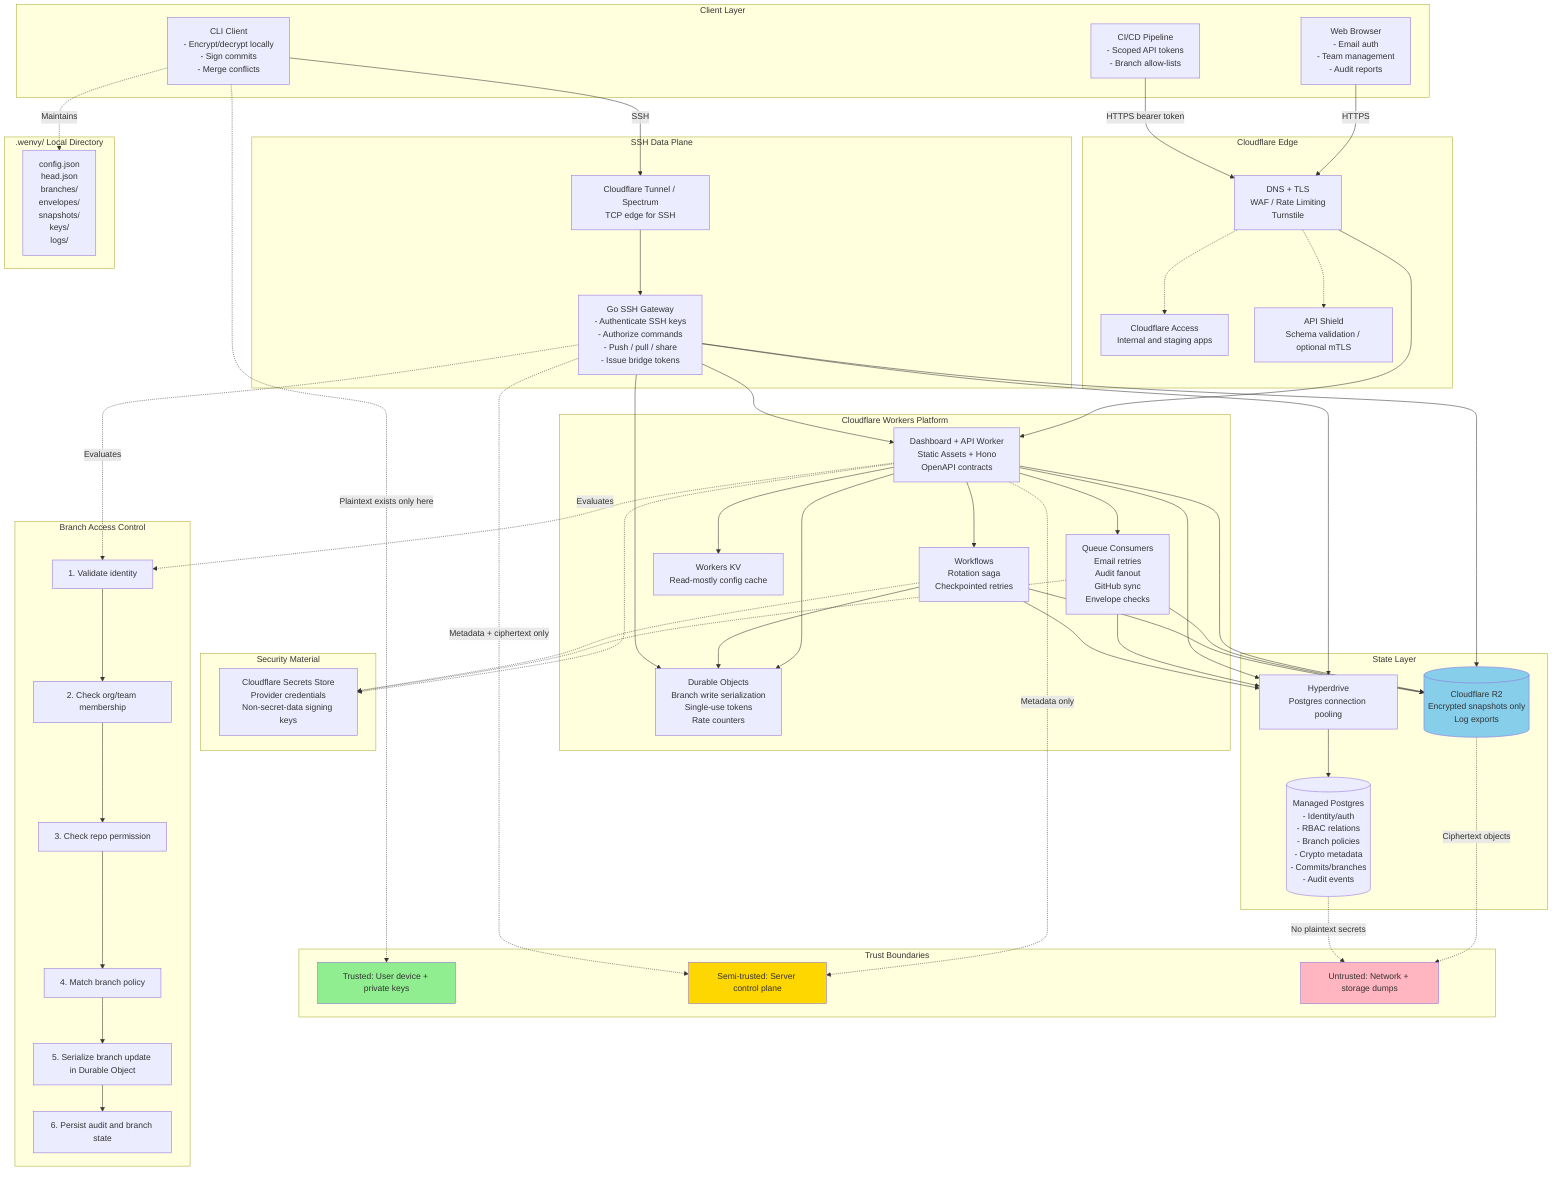
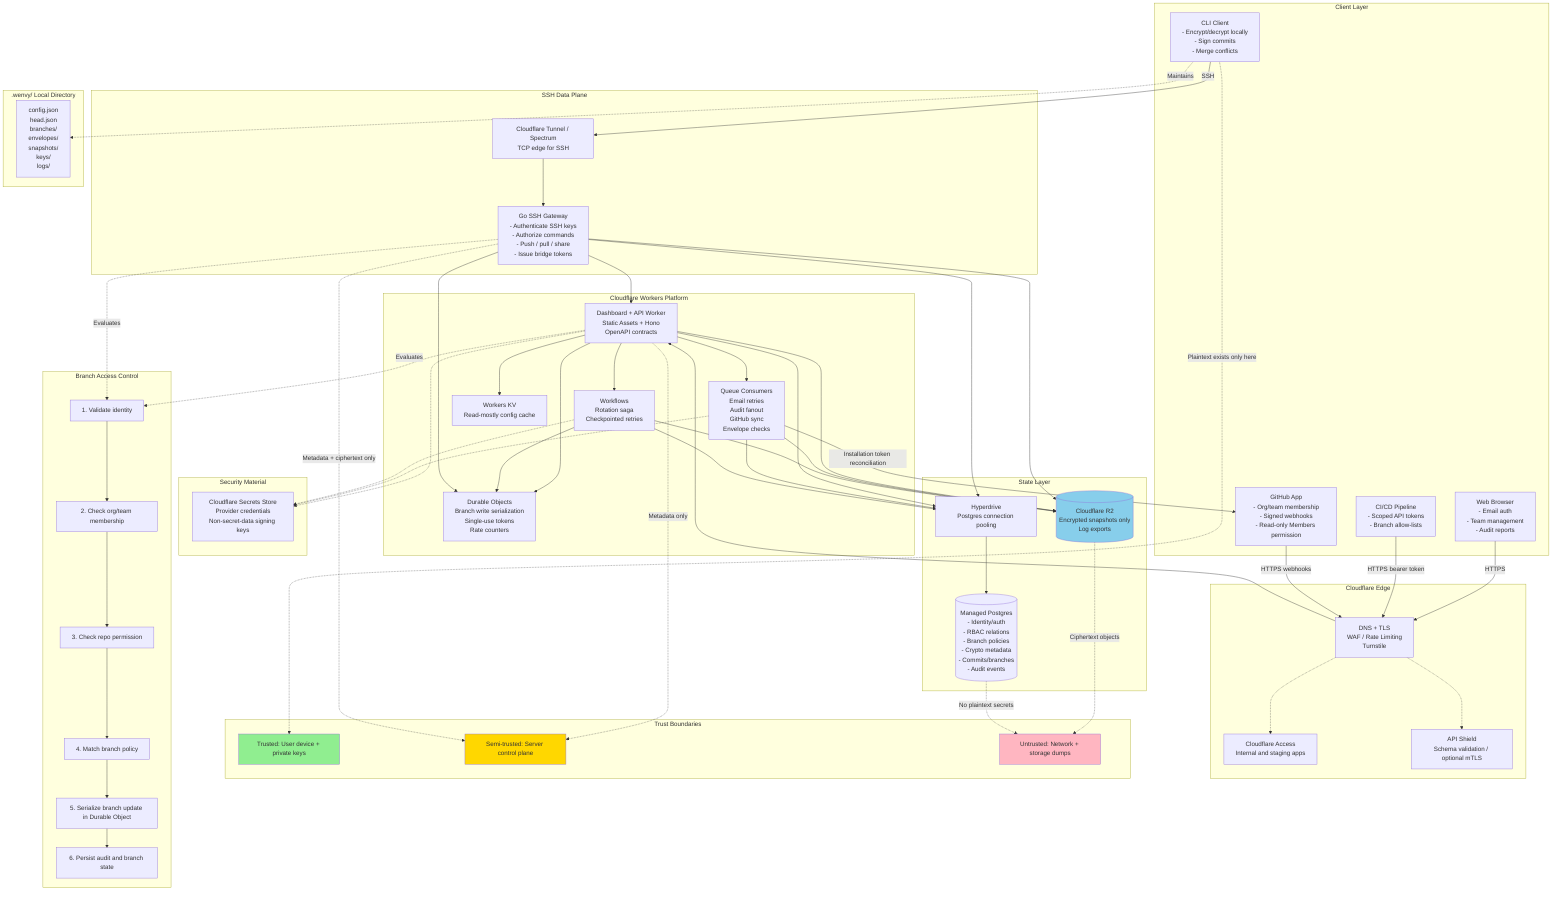
graph TB
    subgraph "Client Layer"
        CLI[CLI Client<br/>- Encrypt/decrypt locally<br/>- Sign commits<br/>- Merge conflicts]
        WebUI[Web Browser<br/>- Email auth<br/>- Team management<br/>- Audit reports]
        CICD[CI/CD Pipeline<br/>- Scoped API tokens<br/>- Branch allow-lists]
+         GitHub[GitHub App<br/>- Org/team membership<br/>- Signed webhooks<br/>- Read-only Members permission]
    end

    subgraph "Cloudflare Edge"
        Edge[DNS + TLS<br/>WAF / Rate Limiting<br/>Turnstile]
        Access[Cloudflare Access<br/>Internal and staging apps]
        APIShield[API Shield<br/>Schema validation / optional mTLS]
    end

    subgraph "Cloudflare Workers Platform"
        AppWorker[Dashboard + API Worker<br/>Static Assets + Hono<br/>OpenAPI contracts]
        QueueWorkers[Queue Consumers<br/>Email retries<br/>Audit fanout<br/>GitHub sync<br/>Envelope checks]
        RotationWF[Workflows<br/>Rotation saga<br/>Checkpointed retries]
        BranchDO[Durable Objects<br/>Branch write serialization<br/>Single-use tokens<br/>Rate counters]
        KV[Workers KV<br/>Read-mostly config cache]
    end

    subgraph "SSH Data Plane"
        Tunnel[Cloudflare Tunnel / Spectrum<br/>TCP edge for SSH]
        SSH[Go SSH Gateway<br/>- Authenticate SSH keys<br/>- Authorize commands<br/>- Push / pull / share<br/>- Issue bridge tokens]
    end

    subgraph "State Layer"
        Hyperdrive[Hyperdrive<br/>Postgres connection pooling]
        PG[(Managed Postgres<br/>- Identity/auth<br/>- RBAC relations<br/>- Branch policies<br/>- Crypto metadata<br/>- Commits/branches<br/>- Audit events)]
        R2[(Cloudflare R2<br/>Encrypted snapshots only<br/>Log exports)]
    end

    subgraph "Security Material"
        Secrets[Cloudflare Secrets Store<br/>Provider credentials<br/>Non-secret-data signing keys]
    end

    subgraph "Trust Boundaries"
        TB1[Trusted: User device + private keys]
        TB2[Semi-trusted: Server control plane]
        TB3[Untrusted: Network + storage dumps]
    end

    WebUI -->|HTTPS| Edge
    CICD -->|HTTPS bearer token| Edge
+     GitHub -->|HTTPS webhooks| Edge
    CLI -->|SSH| Tunnel

    Edge --> AppWorker
    Edge -.-> Access
    Edge -.-> APIShield
    Tunnel --> SSH

    AppWorker --> BranchDO
    AppWorker --> Hyperdrive
    AppWorker --> R2
    AppWorker --> KV
    AppWorker --> QueueWorkers
    AppWorker --> RotationWF
    QueueWorkers --> Hyperdrive
+     QueueWorkers -->|Installation token reconciliation| GitHub
    QueueWorkers --> R2
    RotationWF --> BranchDO
    RotationWF --> Hyperdrive
    RotationWF --> R2

    SSH --> BranchDO
    SSH --> Hyperdrive
    SSH --> R2
    SSH --> AppWorker

    Hyperdrive --> PG
    AppWorker -.-> Secrets
    QueueWorkers -.-> Secrets
    RotationWF -.-> Secrets

    CLI -.->|Plaintext exists only here| TB1
    AppWorker -.->|Metadata only| TB2
    SSH -.->|Metadata + ciphertext only| TB2
    R2 -.->|Ciphertext objects| TB3
    PG -.->|No plaintext secrets| TB3

    subgraph "Branch Access Control"
        B1[1. Validate identity]
        B2[2. Check org/team membership]
        B3[3. Check repo permission]
        B4[4. Match branch policy]
        B5[5. Serialize branch update in Durable Object]
        B6[6. Persist audit and branch state]

        B1 --> B2 --> B3 --> B4 --> B5 --> B6
    end

    AppWorker -.->|Evaluates| B1
    SSH -.->|Evaluates| B1

    subgraph ".wenvy/ Local Directory"
        LC[config.json<br/>head.json<br/>branches/<br/>envelopes/<br/>snapshots/<br/>keys/<br/>logs/]
    end

    CLI -.->|Maintains| LC

    classDef trusted fill:#90EE90
    classDef semiTrusted fill:#FFD700
    classDef untrusted fill:#FFB6C1
    classDef encrypted fill:#87CEEB

    class TB1 trusted
    class TB2 semiTrusted
    class TB3 untrusted
    class R2 encrypted
